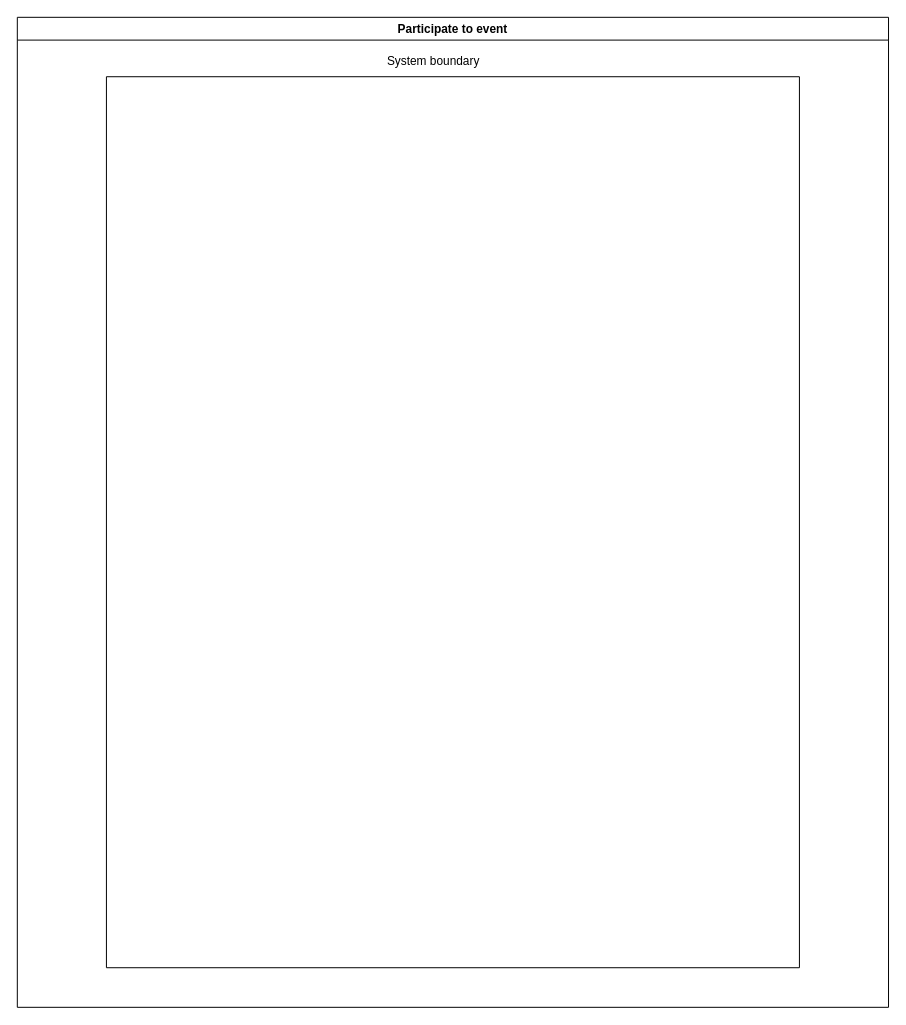
Before: project/UML-usecase.drawio in josura/HCI, a draw.io diagram. Source tidied: cells renumbered, new cells numbered last; positions are measured from the earlier drawing's top-left corner, leaving out a move shared by most shapes. Both pictures are drawn from the tidied source at 99%, with x=0, y=0 at pixel (17, 17).
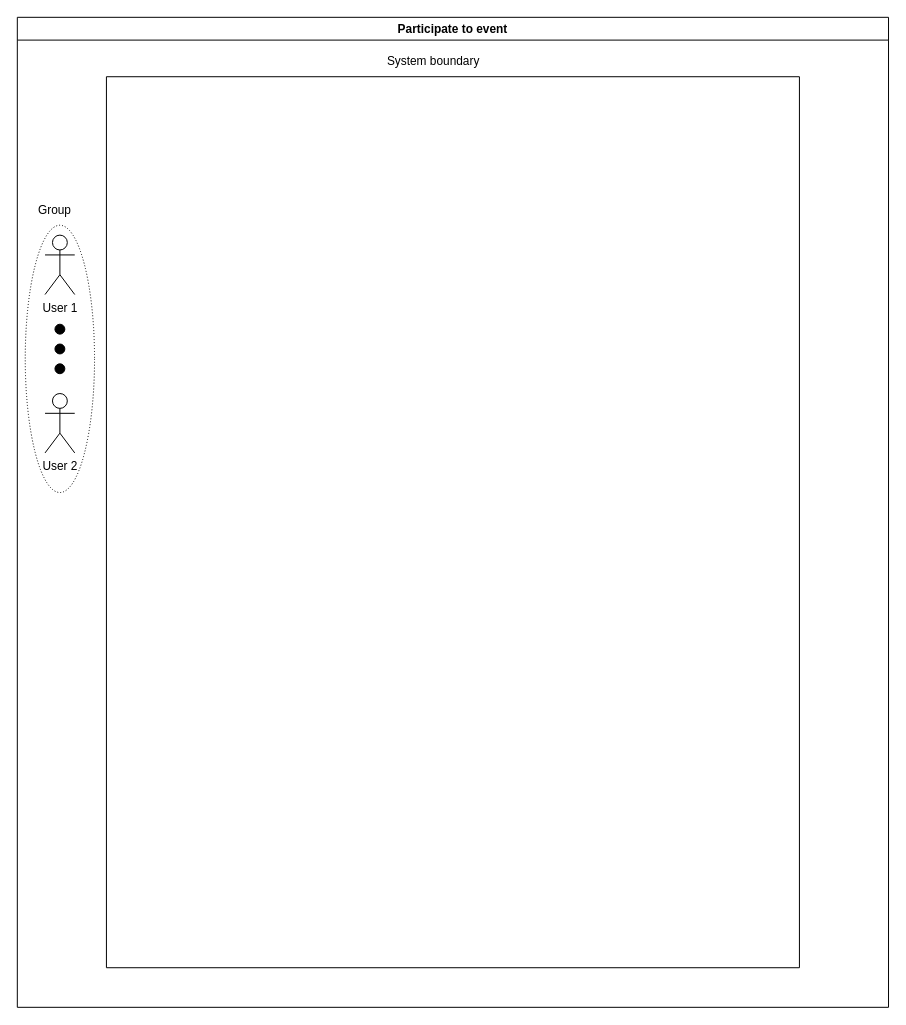
Above is the later version.

Diff of the diagram source:
```diff
@@
 <mxGraphModel>
   <root>
     <mxCell id="0" />
     <mxCell id="1" parent="0" />
     <mxCell id="2" value="Participate to event" style="swimlane;whiteSpace=wrap;html=1;" parent="1" vertex="1">
       <mxGeometry width="880" height="1000" as="geometry" />
     </mxCell>
     <mxCell id="3" value="System boundary" style="text;html=1;align=center;verticalAlign=middle;strokeColor=none;fillColor=none;" parent="2" vertex="1">
       <mxGeometry x="360" y="30" width="120" height="30" as="geometry" />
     </mxCell>
+    <mxCell id="5" value="User 2" style="shape=umlActor;verticalLabelPosition=bottom;verticalAlign=top;html=1;" parent="2" vertex="1">
+      <mxGeometry x="28" y="380" width="30" height="60" as="geometry" />
+    </mxCell>
+    <mxCell id="6" value="User 1" style="shape=umlActor;verticalLabelPosition=bottom;verticalAlign=top;html=1;" parent="2" vertex="1">
+      <mxGeometry x="28" y="220" width="30" height="60" as="geometry" />
+    </mxCell>
+    <mxCell id="7" style="ellipse;whiteSpace=wrap;html=1;fillColor=none;dashed=1;dashPattern=1 2;" parent="2" vertex="1">
+      <mxGeometry x="8" y="210" width="70" height="270" as="geometry" />
+    </mxCell>
+    <mxCell id="8" style="ellipse;whiteSpace=wrap;html=1;fillColor=#000000;" parent="2" vertex="1">
+      <mxGeometry x="38" y="310" width="10" height="10" as="geometry" />
+    </mxCell>
+    <mxCell id="9" style="ellipse;whiteSpace=wrap;html=1;fillColor=#000000;" parent="2" vertex="1">
+      <mxGeometry x="38" y="330" width="10" height="10" as="geometry" />
+    </mxCell>
+    <mxCell id="10" style="ellipse;whiteSpace=wrap;html=1;fillColor=#000000;" parent="2" vertex="1">
+      <mxGeometry x="38" y="350" width="10" height="10" as="geometry" />
+    </mxCell>
+    <mxCell id="11" value="Group" style="text;html=1;strokeColor=none;fillColor=none;align=center;verticalAlign=middle;whiteSpace=wrap;rounded=0;" parent="2" vertex="1">
+      <mxGeometry x="8" y="180" width="60" height="30" as="geometry" />
+    </mxCell>
     <mxCell id="4" style="swimlane;startSize=0;" parent="1" vertex="1">
       <mxGeometry x="90" y="60" width="700" height="900" as="geometry" />
     </mxCell>
   </root>
 </mxGraphModel>
```
